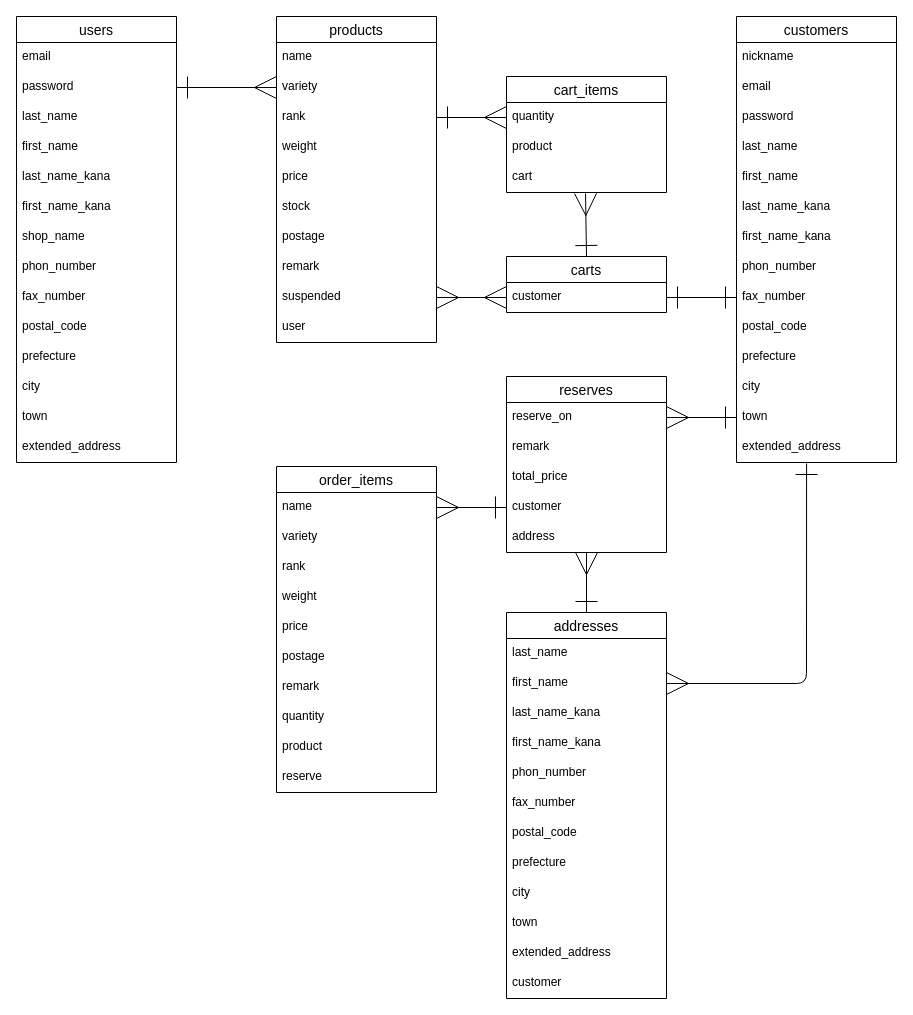
Above: ERD.dio in satoru0725/pearsales2_app (draw.io), before the change. Source tidied: cells renumbered, new cells numbered last; positions are measured from the earlier drawing's top-left corner, leaving out a move shared by most shapes. Both pictures are drawn from the tidied source at 100%, with x=0, y=0 at pixel (16, 16).
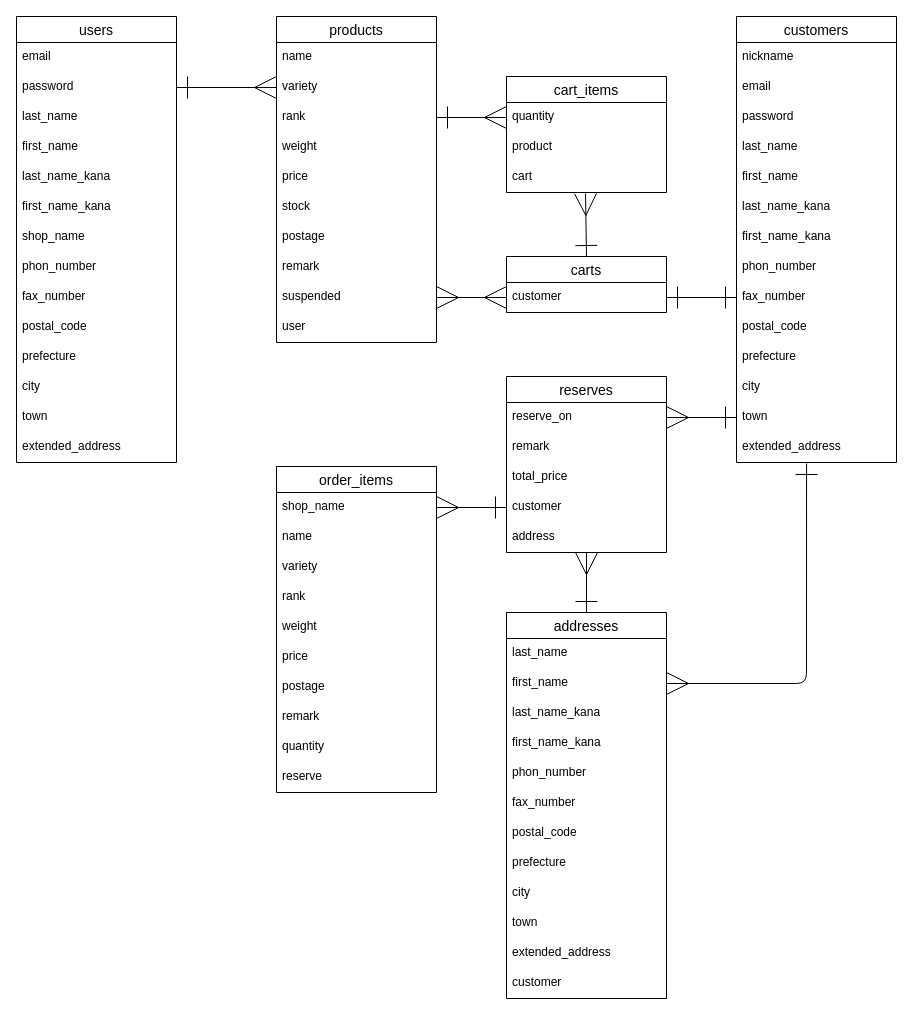
The same page after the edit.

The change refers to these unchanged cells:
```xml
<mxCell id="55" value="customer" style="text;strokeColor=none;fillColor=none;spacingLeft=4;spacingRight=4;overflow=hidden;points=[[0,0.5],[1,0.5]];portConstraint=eastwest;fontSize=12;" parent="51" vertex="1">
  <mxGeometry y="116" width="160" height="30" as="geometry" />
</mxCell>
<mxCell id="76" value="order_items" style="swimlane;fontStyle=0;horizontal=1;startSize=26;align=center;fontSize=14;" parent="1" vertex="1">
  <mxGeometry x="260" y="450" width="160" height="326" as="geometry" />
</mxCell>
```

Diff of the diagram source:
```diff
@@
+    <mxCell id="88" value="shop_name" style="text;strokeColor=none;fillColor=none;spacingLeft=4;spacingRight=4;overflow=hidden;points=[[0,0.5],[1,0.5]];portConstraint=eastwest;fontSize=12;" parent="76" vertex="1">
+      <mxGeometry y="26" width="160" height="30" as="geometry" />
+    </mxCell>
     <mxCell id="77" value="name" style="text;strokeColor=none;fillColor=none;spacingLeft=4;spacingRight=4;overflow=hidden;points=[[0,0.5],[1,0.5]];portConstraint=eastwest;fontSize=12;" parent="76" vertex="1">
-      <mxGeometry y="26" width="160" height="30" as="geometry" />
+      <mxGeometry y="56" width="160" height="30" as="geometry" />
     </mxCell>
     <mxCell id="78" value="variety" style="text;strokeColor=none;fillColor=none;spacingLeft=4;spacingRight=4;overflow=hidden;fontSize=12;" parent="76" vertex="1">
-      <mxGeometry y="56" width="160" height="30" as="geometry" />
+      <mxGeometry y="86" width="160" height="30" as="geometry" />
     </mxCell>
     <mxCell id="79" value="rank" style="text;strokeColor=none;fillColor=none;spacingLeft=4;spacingRight=4;overflow=hidden;fontSize=12;" parent="76" vertex="1">
-      <mxGeometry y="86" width="160" height="30" as="geometry" />
+      <mxGeometry y="116" width="160" height="30" as="geometry" />
     </mxCell>
     <mxCell id="80" value="weight" style="text;strokeColor=none;fillColor=none;spacingLeft=4;spacingRight=4;overflow=hidden;fontSize=12;" parent="76" vertex="1">
-      <mxGeometry y="116" width="160" height="30" as="geometry" />
+      <mxGeometry y="146" width="160" height="30" as="geometry" />
     </mxCell>
     <mxCell id="81" value="price" style="text;strokeColor=none;fillColor=none;spacingLeft=4;spacingRight=4;overflow=hidden;fontSize=12;" parent="76" vertex="1">
-      <mxGeometry y="146" width="160" height="30" as="geometry" />
+      <mxGeometry y="176" width="160" height="30" as="geometry" />
     </mxCell>
     <mxCell id="82" value="postage" style="text;strokeColor=none;fillColor=none;spacingLeft=4;spacingRight=4;overflow=hidden;fontSize=12;" parent="76" vertex="1">
-      <mxGeometry y="176" width="160" height="30" as="geometry" />
+      <mxGeometry y="206" width="160" height="30" as="geometry" />
     </mxCell>
     <mxCell id="83" value="remark" style="text;strokeColor=none;fillColor=none;spacingLeft=4;spacingRight=4;overflow=hidden;fontSize=12;" parent="76" vertex="1">
-      <mxGeometry y="206" width="160" height="30" as="geometry" />
+      <mxGeometry y="236" width="160" height="30" as="geometry" />
     </mxCell>
     <mxCell id="84" value="quantity" style="text;strokeColor=none;fillColor=none;spacingLeft=4;spacingRight=4;overflow=hidden;fontSize=12;" parent="76" vertex="1">
-      <mxGeometry y="236" width="160" height="30" as="geometry" />
+      <mxGeometry y="266" width="160" height="30" as="geometry" />
     </mxCell>
-    <mxCell id="85" value="product" style="text;strokeColor=none;fillColor=none;spacingLeft=4;spacingRight=4;overflow=hidden;fontSize=12;" parent="76" vertex="1">
-      <mxGeometry y="266" width="160" height="30" as="geometry" />
-    </mxCell>
@@
-    <mxCell id="87" style="edgeStyle=none;html=1;exitX=1;exitY=0.5;exitDx=0;exitDy=0;entryX=0;entryY=0.5;entryDx=0;entryDy=0;startArrow=ERmany;startFill=0;endArrow=ERone;endFill=0;startSize=20;endSize=20;" parent="1" edge="1" source="77" target="55">
+    <mxCell id="87" style="edgeStyle=none;html=1;exitX=1;exitY=0.5;exitDx=0;exitDy=0;entryX=0;entryY=0.5;entryDx=0;entryDy=0;startArrow=ERmany;startFill=0;endArrow=ERone;endFill=0;startSize=20;endSize=20;" parent="1" edge="1" source="88" target="55">
       <mxGeometry relative="1" as="geometry" />
     </mxCell>
```
